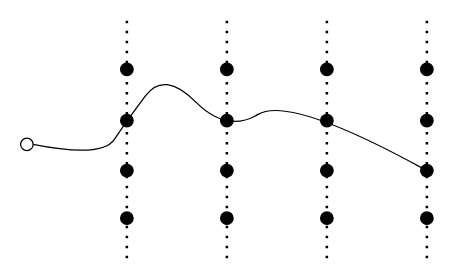
The draw.io diagram DDS_3.drawio in LanxinHe/CHEMP_figs, before the edit. Source tidied: cells renumbered, new cells numbered last; positions are measured from the earlier drawing's top-left corner, leaving out a move shared by most shapes. Both pictures are drawn from the tidied source at 125%, with x=0, y=0 at pixel (20, 20).
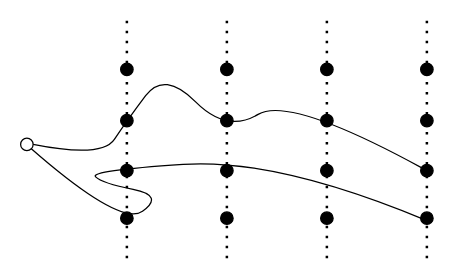
Above is the later version.

Commit message (it also covers changes not shown here):
Mettre à jour DDS_3.drawio

The change refers to these unchanged cells:
```xml
<mxCell id="2" style="ellipse;whiteSpace=wrap;html=1;" parent="1" vertex="1">
  <mxGeometry y="94" width="10" height="10" as="geometry" />
</mxCell>
```

Diff of the diagram source:
```diff
@@
+    <mxCell id="36" style="curved=1;endArrow=none;html=1;rounded=0;startFill=0;exitX=1;exitY=1;exitDx=0;exitDy=0;" parent="1" edge="1" source="2">
+      <mxGeometry relative="1" as="geometry">
+        <mxPoint x="325" y="160" as="targetPoint" />
+        <Array as="points">
+          <mxPoint x="80" y="165" />
+          <mxPoint x="115" y="140" />
+          <mxPoint x="65" y="130" />
+          <mxPoint x="55" y="120" />
+          <mxPoint x="205" y="110" />
+        </Array>
+      </mxGeometry>
+    </mxCell>
```
